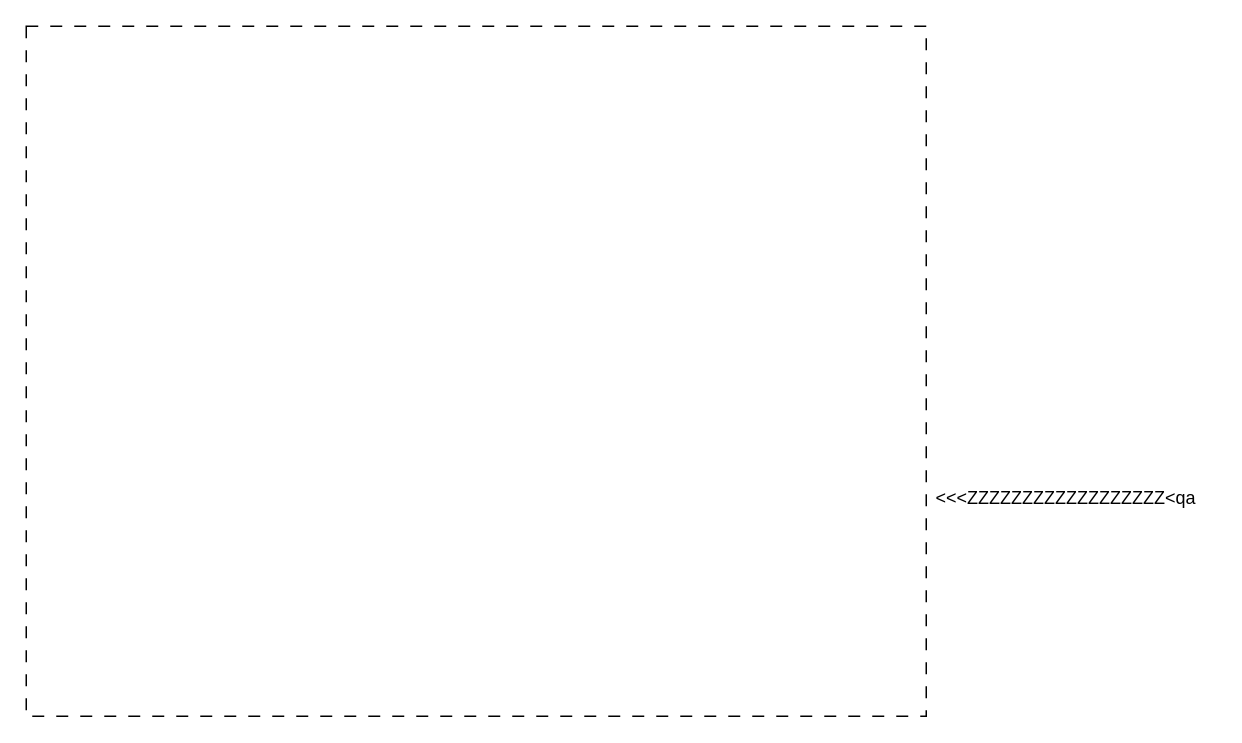
The draw.io diagram Diagrama sin título.drawio in Asnarck7/Diagramas, before the edit. Source tidied: cells renumbered, new cells numbered last; positions are measured from the earlier drawing's top-left corner, leaving out a move shared by most shapes. Both pictures are drawn from the tidied source at 150%, with x=0, y=0 at pixel (26, 26).
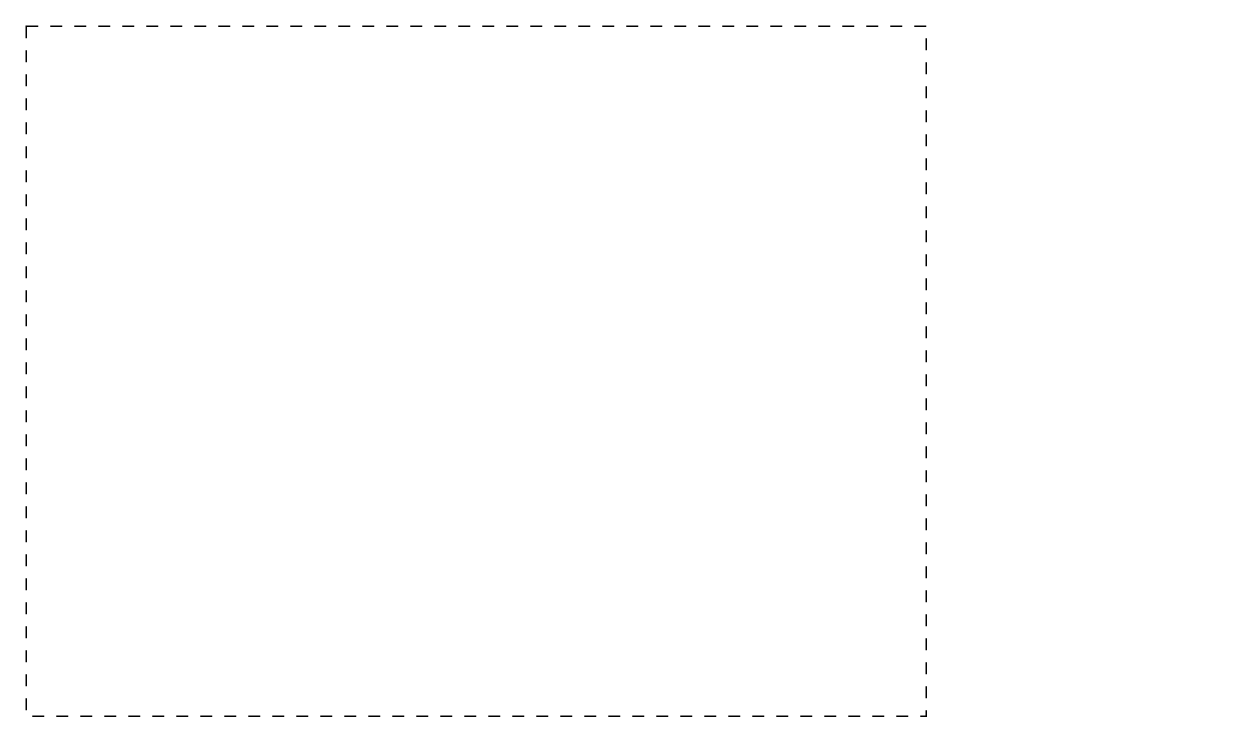
Above is the later version.

Diff of the diagram source:
```diff
@@
 <mxGraphModel>
   <root>
     <mxCell id="0" />
     <mxCell id="1" parent="0" />
     <mxCell id="2" style="rounded=0;whiteSpace=wrap;html=1;fillColor=none;dashed=1;dashPattern=8 8;" parent="1" vertex="1">
       <mxGeometry width="600" height="460" as="geometry" />
     </mxCell>
-    <mxCell id="3" value="&amp;lt;&amp;lt;&amp;lt;ZZZZZZZZZZZZZZZZZZ&amp;lt;qa&lt;span style=&quot;white-space: pre;&quot;&gt;&#9;&lt;/span&gt;" style="text;strokeColor=none;align=center;fillColor=none;html=1;verticalAlign=middle;whiteSpace=wrap;rounded=0;" parent="1" vertex="1">
-      <mxGeometry x="670" y="300" width="60" height="30" as="geometry" />
-    </mxCell>
   </root>
 </mxGraphModel>
```
